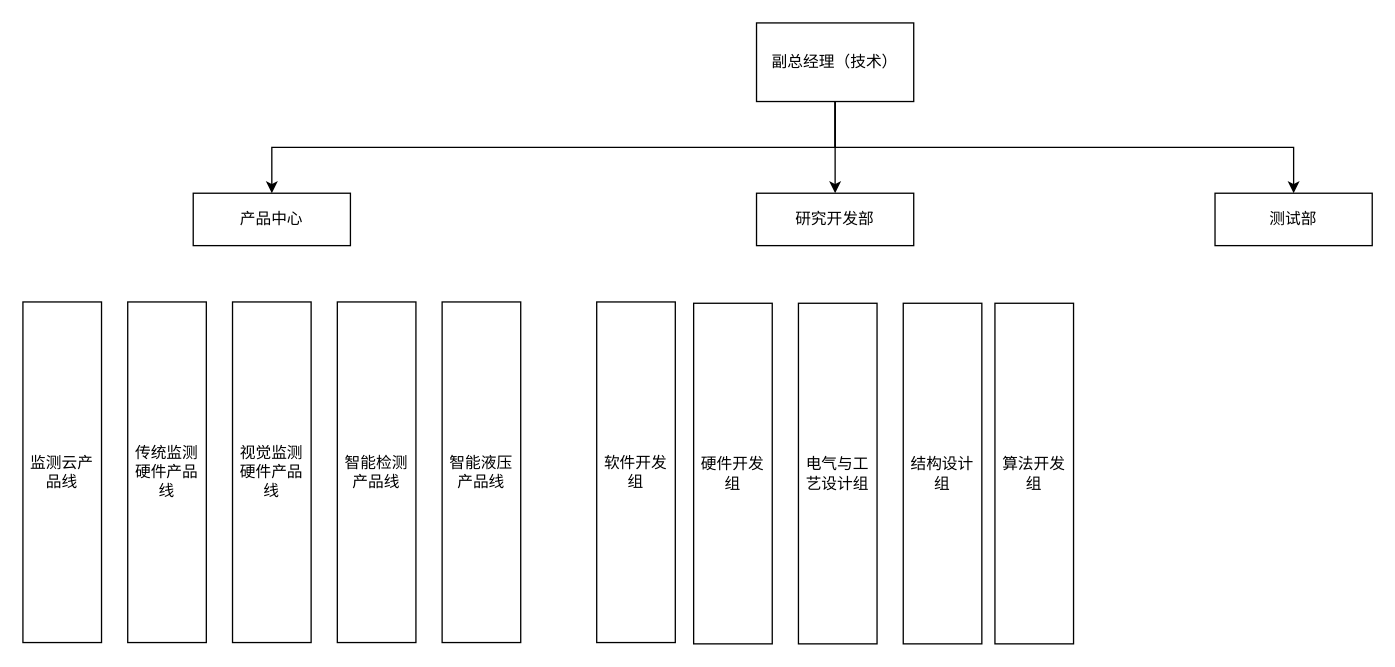
xuhui-toehold/drawings keeps this draw.io diagram as rd_department_arch.drawio. Above is the earlier version. Source tidied: cells renumbered, new cells numbered last; positions are measured from the earlier drawing's top-left corner, leaving out a move shared by most shapes. Both pictures are drawn from the tidied source at 131%, with x=0, y=0 at pixel (22, 22).
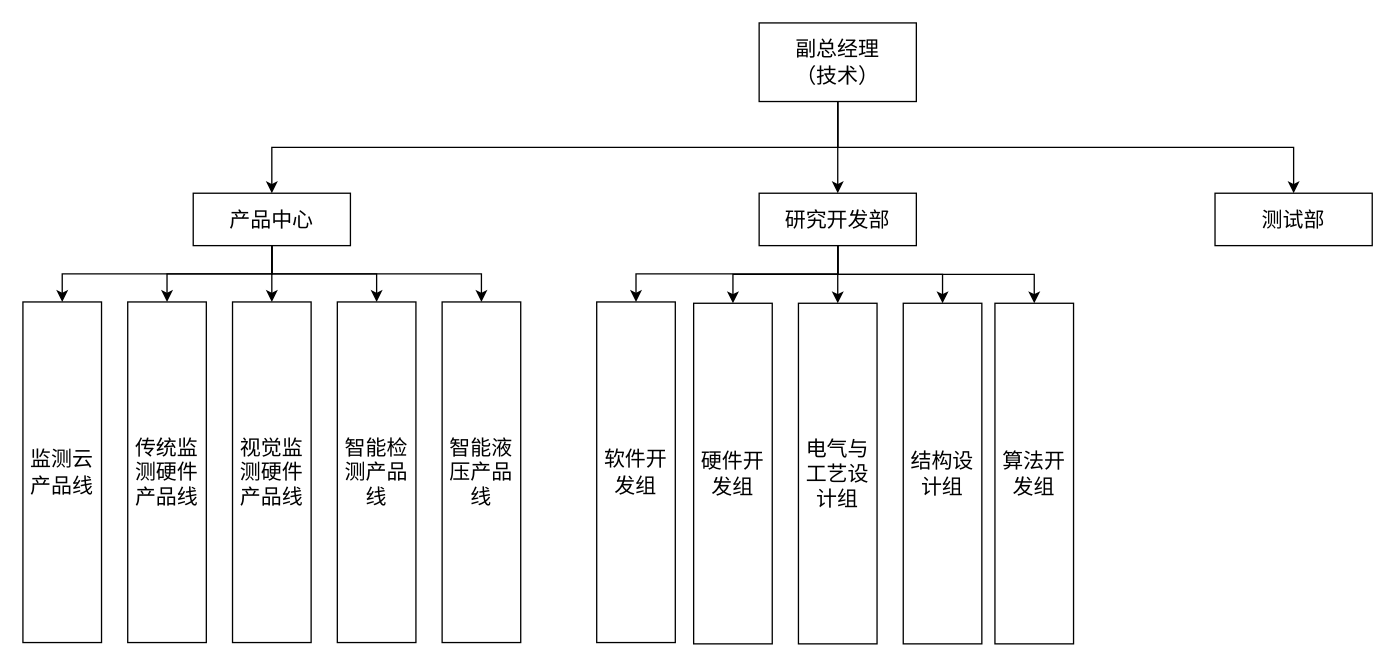
The same page after the edit.

The edit, as a diff of the source:
```diff
@@
-    <mxCell id="4" value="副总经理（技术）" style="rounded=0;whiteSpace=wrap;html=1;" parent="1" vertex="1">
-      <mxGeometry x="560" width="120" height="60" as="geometry" />
+    <mxCell id="4" value="副总经理&lt;div&gt;（技术）&lt;/div&gt;" style="rounded=0;whiteSpace=wrap;html=1;fontSize=16;" parent="1" vertex="1">
+      <mxGeometry x="562" width="120" height="60" as="geometry" />
     </mxCell>
+    <mxCell id="19" style="edgeStyle=orthogonalEdgeStyle;rounded=0;jettySize=auto;html=1;exitX=0.5;exitY=1;exitDx=0;exitDy=0;entryX=0.5;entryY=0;entryDx=0;entryDy=0;" parent="1" edge="1" source="5" target="11">
+      <mxGeometry relative="1" as="geometry" />
+    </mxCell>
+    <mxCell id="20" style="edgeStyle=orthogonalEdgeStyle;rounded=0;jettySize=auto;html=1;exitX=0.5;exitY=1;exitDx=0;exitDy=0;" parent="1" edge="1" source="5" target="10">
+      <mxGeometry relative="1" as="geometry" />
+    </mxCell>
+    <mxCell id="21" style="edgeStyle=orthogonalEdgeStyle;rounded=0;jettySize=auto;html=1;exitX=0.5;exitY=1;exitDx=0;exitDy=0;" parent="1" edge="1" source="5" target="9">
+      <mxGeometry relative="1" as="geometry" />
+    </mxCell>
+    <mxCell id="22" style="edgeStyle=orthogonalEdgeStyle;rounded=0;jettySize=auto;html=1;exitX=0.5;exitY=1;exitDx=0;exitDy=0;entryX=0.5;entryY=0;entryDx=0;entryDy=0;" parent="1" edge="1" source="5" target="12">
+      <mxGeometry relative="1" as="geometry" />
+    </mxCell>
+    <mxCell id="23" style="edgeStyle=orthogonalEdgeStyle;rounded=0;jettySize=auto;html=1;exitX=0.5;exitY=1;exitDx=0;exitDy=0;" parent="1" edge="1" source="5" target="13">
+      <mxGeometry relative="1" as="geometry" />
+    </mxCell>
-    <mxCell id="5" value="产品中心" style="rounded=0;whiteSpace=wrap;html=1;" parent="1" vertex="1">
+    <mxCell id="5" value="产品中心" style="rounded=0;whiteSpace=wrap;html=1;fontSize=16;" parent="1" vertex="1">
       <mxGeometry x="130" y="130" width="120" height="40" as="geometry" />
     </mxCell>
+    <mxCell id="24" style="edgeStyle=orthogonalEdgeStyle;rounded=0;jettySize=auto;html=1;exitX=0.5;exitY=1;exitDx=0;exitDy=0;" parent="1" edge="1" source="6" target="14">
+      <mxGeometry relative="1" as="geometry" />
+    </mxCell>
+    <mxCell id="25" style="edgeStyle=orthogonalEdgeStyle;rounded=0;jettySize=auto;html=1;exitX=0.5;exitY=1;exitDx=0;exitDy=0;entryX=0.5;entryY=0;entryDx=0;entryDy=0;" parent="1" edge="1" source="6" target="15">
+      <mxGeometry relative="1" as="geometry" />
+    </mxCell>
+    <mxCell id="26" style="edgeStyle=orthogonalEdgeStyle;rounded=0;jettySize=auto;html=1;exitX=0.5;exitY=1;exitDx=0;exitDy=0;entryX=0.5;entryY=0;entryDx=0;entryDy=0;" parent="1" edge="1" source="6" target="16">
+      <mxGeometry relative="1" as="geometry" />
+    </mxCell>
+    <mxCell id="27" style="edgeStyle=orthogonalEdgeStyle;rounded=0;jettySize=auto;html=1;exitX=0.5;exitY=1;exitDx=0;exitDy=0;entryX=0.5;entryY=0;entryDx=0;entryDy=0;" parent="1" edge="1" source="6" target="17">
+      <mxGeometry relative="1" as="geometry" />
+    </mxCell>
+    <mxCell id="28" style="edgeStyle=orthogonalEdgeStyle;rounded=0;jettySize=auto;html=1;exitX=0.5;exitY=1;exitDx=0;exitDy=0;" parent="1" edge="1" source="6" target="18">
+      <mxGeometry relative="1" as="geometry" />
+    </mxCell>
-    <mxCell id="6" value="研究开发部" style="rounded=0;whiteSpace=wrap;html=1;" parent="1" vertex="1">
-      <mxGeometry x="560" y="130" width="120" height="40" as="geometry" />
+    <mxCell id="6" value="研究开发部" style="rounded=0;whiteSpace=wrap;html=1;fontSize=16;" parent="1" vertex="1">
+      <mxGeometry x="562" y="130" width="120" height="40" as="geometry" />
     </mxCell>
@@
-    <mxCell id="8" value="测试部" style="rounded=0;whiteSpace=wrap;html=1;" parent="1" vertex="1">
+    <mxCell id="8" value="测试部" style="rounded=0;whiteSpace=wrap;html=1;fontSize=16;" parent="1" vertex="1">
       <mxGeometry x="910" y="130" width="120" height="40" as="geometry" />
     </mxCell>
-    <mxCell id="9" value="监测云产品线" style="rounded=0;whiteSpace=wrap;html=1;" parent="1" vertex="1">
+    <mxCell id="9" value="监测云产品线" style="rounded=0;whiteSpace=wrap;html=1;fontSize=16;" parent="1" vertex="1">
       <mxGeometry y="213" width="60" height="260" as="geometry" />
     </mxCell>
-    <mxCell id="10" value="传统监测硬件产品线" style="rounded=0;whiteSpace=wrap;html=1;" parent="1" vertex="1">
+    <mxCell id="10" value="&lt;font style=&quot;font-size: 16px;&quot;&gt;传统监测硬件产品线&lt;/font&gt;" style="rounded=0;whiteSpace=wrap;html=1;" parent="1" vertex="1">
       <mxGeometry x="80" y="213" width="60" height="260" as="geometry" />
     </mxCell>
-    <mxCell id="11" value="视觉监测硬件产品线" style="rounded=0;whiteSpace=wrap;html=1;" parent="1" vertex="1">
+    <mxCell id="11" value="&lt;font style=&quot;font-size: 16px;&quot;&gt;视觉监测硬件产品线&lt;/font&gt;" style="rounded=0;whiteSpace=wrap;html=1;" parent="1" vertex="1">
       <mxGeometry x="160" y="213" width="60" height="260" as="geometry" />
     </mxCell>
-    <mxCell id="12" value="智能检测产品线" style="rounded=0;whiteSpace=wrap;html=1;" parent="1" vertex="1">
+    <mxCell id="12" value="智能检测产品线" style="rounded=0;whiteSpace=wrap;html=1;fontSize=16;" parent="1" vertex="1">
       <mxGeometry x="240" y="213" width="60" height="260" as="geometry" />
     </mxCell>
-    <mxCell id="13" value="智能液压产品线" style="rounded=0;whiteSpace=wrap;html=1;" parent="1" vertex="1">
+    <mxCell id="13" value="智能液压产品线" style="rounded=0;whiteSpace=wrap;html=1;fontSize=16;" parent="1" vertex="1">
       <mxGeometry x="320" y="213" width="60" height="260" as="geometry" />
     </mxCell>
-    <mxCell id="14" value="软件开发组" style="rounded=0;whiteSpace=wrap;html=1;" parent="1" vertex="1">
+    <mxCell id="14" value="软件开发组" style="rounded=0;whiteSpace=wrap;html=1;fontSize=16;" parent="1" vertex="1">
       <mxGeometry x="438" y="213" width="60" height="260" as="geometry" />
     </mxCell>
-    <mxCell id="15" value="硬件开发组" style="rounded=0;whiteSpace=wrap;html=1;" parent="1" vertex="1">
+    <mxCell id="15" value="硬件开发组" style="rounded=0;whiteSpace=wrap;html=1;fontSize=16;" parent="1" vertex="1">
       <mxGeometry x="512" y="214" width="60" height="260" as="geometry" />
     </mxCell>
-    <mxCell id="16" value="电气与工艺设计组" style="rounded=0;whiteSpace=wrap;html=1;" parent="1" vertex="1">
+    <mxCell id="16" value="电气与工艺设计组" style="rounded=0;whiteSpace=wrap;html=1;fontSize=16;" parent="1" vertex="1">
       <mxGeometry x="592" y="214" width="60" height="260" as="geometry" />
     </mxCell>
-    <mxCell id="17" value="结构设计组" style="rounded=0;whiteSpace=wrap;html=1;" parent="1" vertex="1">
+    <mxCell id="17" value="结构设计组" style="rounded=0;whiteSpace=wrap;html=1;fontSize=16;" parent="1" vertex="1">
       <mxGeometry x="672" y="214" width="60" height="260" as="geometry" />
     </mxCell>
-    <mxCell id="18" value="算法开发组" style="rounded=0;whiteSpace=wrap;html=1;" parent="1" vertex="1">
+    <mxCell id="18" value="算法开发组" style="rounded=0;whiteSpace=wrap;html=1;fontSize=16;" parent="1" vertex="1">
       <mxGeometry x="742" y="214" width="60" height="260" as="geometry" />
     </mxCell>
```
